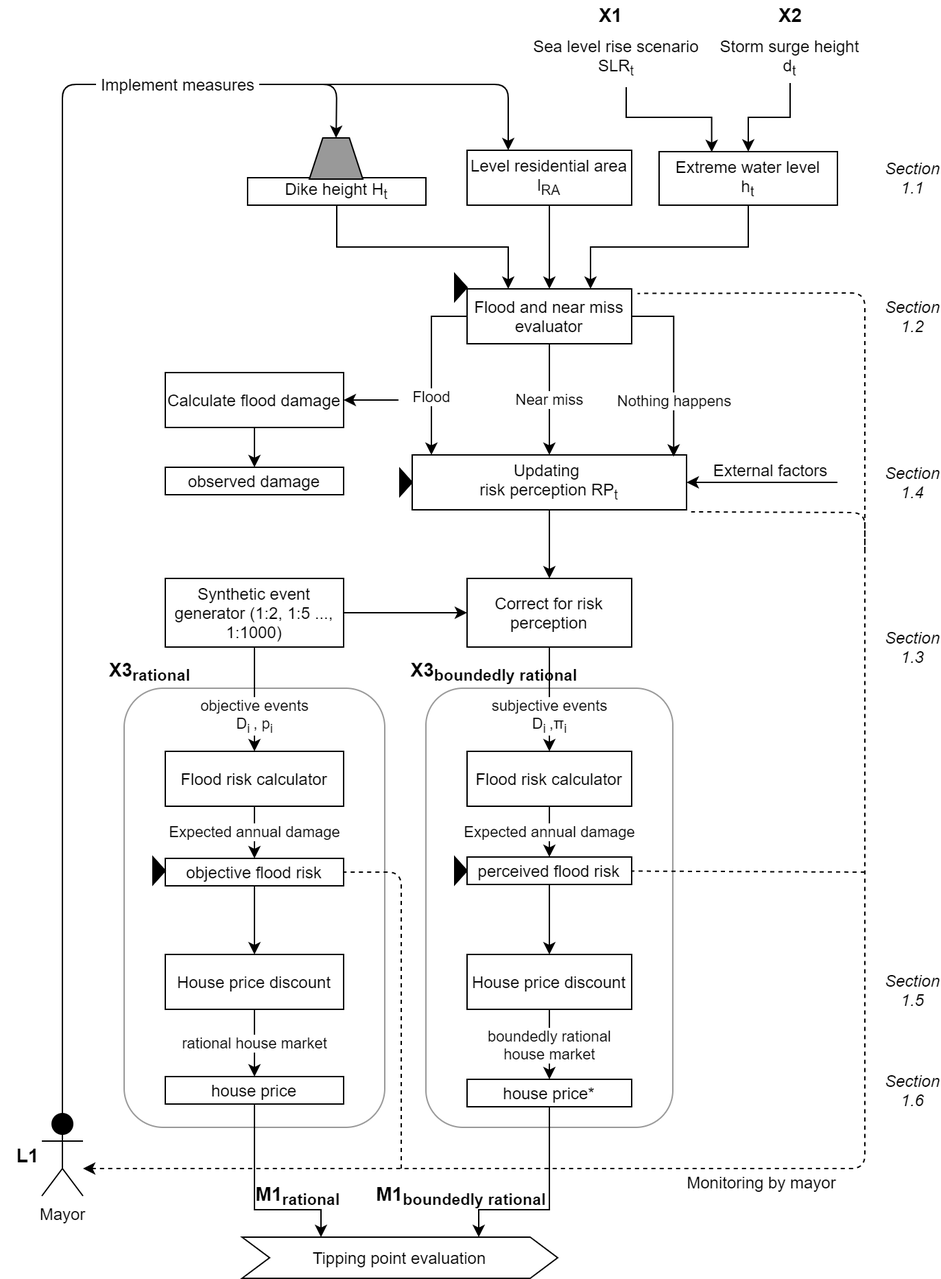
Before: Drawings/Mechanisms.dio.png, a diagram exported from draw.io (keesvanginkel/Urban-SETP). Source tidied: cells renumbered, new cells last; positions are measured from the earlier drawing's top-left corner, leaving out a move shared by most shapes.
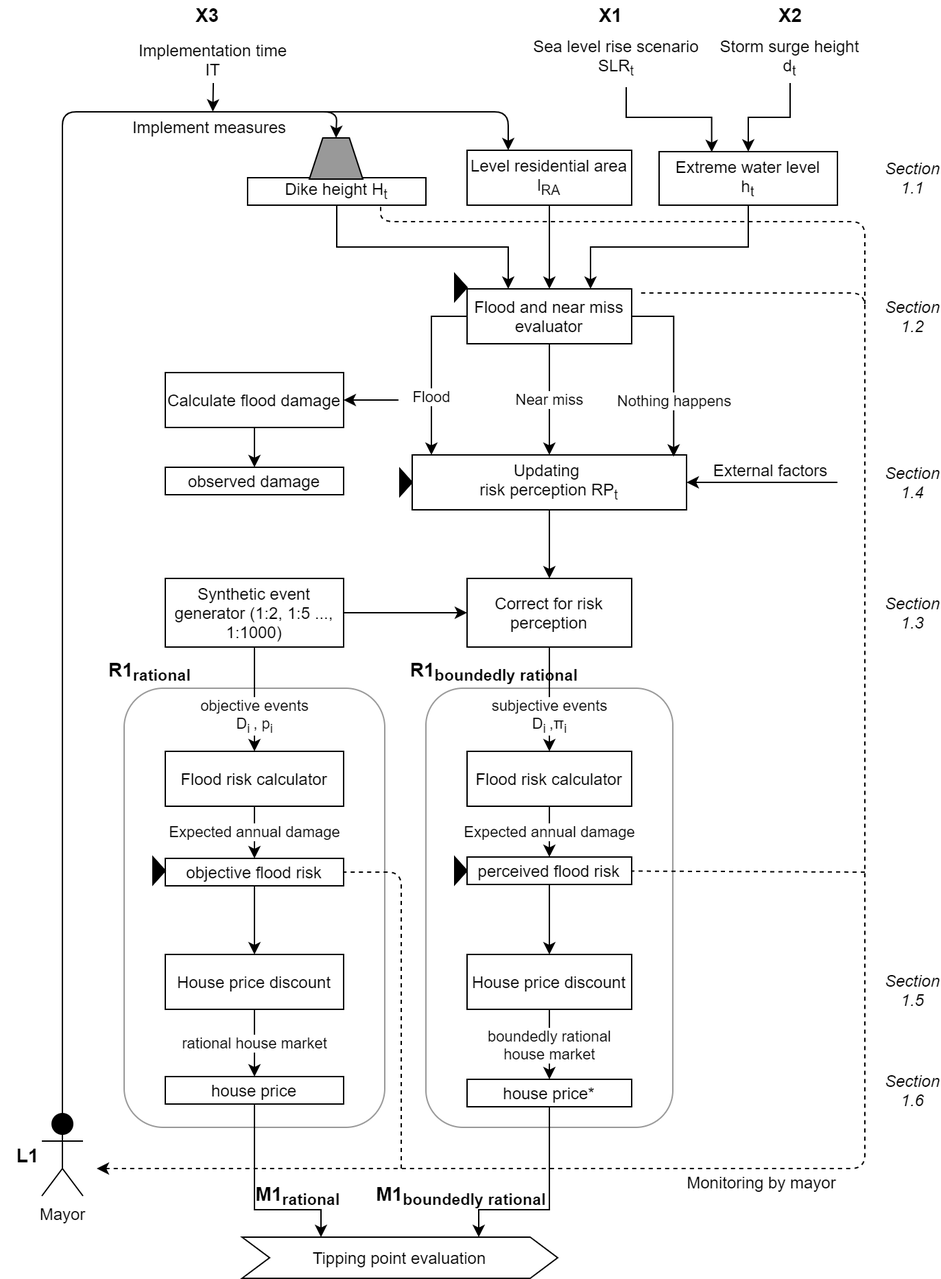
The same file after the commit.

Commit message:
improved figures

Diff of the diagram source:
```diff
@@ -156,7 +156,7 @@
       <mxGeometry x="340" y="547" width="120" height="40" as="geometry" />
     </mxCell>
     <mxCell id="45" value="&lt;i&gt;Section 1.3&lt;/i&gt;" style="text;html=1;strokeColor=none;fillColor=none;align=center;verticalAlign=middle;whiteSpace=wrap;rounded=0;" parent="1" vertex="1">
-      <mxGeometry x="645" y="461" width="40" height="20" as="geometry" />
+      <mxGeometry x="645" y="436" width="40" height="20" as="geometry" />
     </mxCell>
     <mxCell id="46" value="rational house market" style="edgeStyle=orthogonalEdgeStyle;rounded=0;html=1;exitX=0.5;exitY=1;entryX=0.5;entryY=0;jettySize=auto;" parent="1" edge="1" source="47" target="51">
       <mxGeometry relative="1" as="geometry" />
@@ -198,37 +198,27 @@
     <mxCell id="55" style="endArrow=classic;html=1;exitX=0.5;exitY=0;exitPerimeter=0;entryX=0.5;entryY=0;" parent="1" edge="1" source="54" target="11">
       <mxGeometry relative="1" as="geometry">
         <Array as="points">
-          <mxPoint x="45" y="61" />
-          <mxPoint x="245" y="61" />
+          <mxPoint x="45" y="81" />
+          <mxPoint x="245" y="81" />
         </Array>
       </mxGeometry>
     </mxCell>
     <mxCell id="56" value="&amp;nbsp;Implement measures&amp;nbsp;" style="text;html=1;align=center;verticalAlign=middle;labelBackgroundColor=#ffffff;" parent="55" vertex="1">
       <mxGeometry x="0.51" y="-83" relative="1" as="geometry">
-        <mxPoint y="-4" as="offset" />
+        <mxPoint x="23" y="-3" as="offset" />
       </mxGeometry>
     </mxCell>
     <mxCell id="57" style="endArrow=classic;html=1;entryX=0.25;entryY=0;" parent="1" edge="1" target="24">
       <mxGeometry relative="1" as="geometry">
-        <mxPoint x="210" y="61" as="sourcePoint" />
+        <mxPoint x="210" y="81" as="sourcePoint" />
         <Array as="points">
-          <mxPoint x="370" y="61" />
+          <mxPoint x="370" y="81" />
         </Array>
       </mxGeometry>
     </mxCell>
     <mxCell id="58" value="&lt;i&gt;Section 1.5&lt;/i&gt;" style="text;html=1;strokeColor=none;fillColor=none;align=center;verticalAlign=middle;whiteSpace=wrap;rounded=0;" parent="1" vertex="1">
       <mxGeometry x="645" y="711" width="40" height="20" as="geometry" />
     </mxCell>
-    <mxCell id="59" style="endArrow=none;dashed=1;html=1;entryX=1.017;entryY=1.037;startArrow=classic;startFill=1;entryPerimeter=0;" parent="1" edge="1" target="31">
-      <mxGeometry relative="1" as="geometry">
-        <mxPoint x="60" y="851" as="sourcePoint" />
-        <Array as="points">
-          <mxPoint x="630" y="851" />
-          <mxPoint x="630" y="401" />
-          <mxPoint x="630" y="373" />
-        </Array>
-      </mxGeometry>
-    </mxCell>
     <mxCell id="60" style="endArrow=none;dashed=1;html=1;" parent="1" edge="1">
       <mxGeometry relative="1" as="geometry">
         <mxPoint x="292" y="851" as="sourcePoint" />
@@ -253,18 +243,20 @@
     <mxCell id="65" value="&lt;i&gt;Section 1.6&lt;/i&gt;" style="text;html=1;strokeColor=none;fillColor=none;align=center;verticalAlign=middle;whiteSpace=wrap;rounded=0;" parent="1" vertex="1">
       <mxGeometry x="645" y="784" width="40" height="20" as="geometry" />
     </mxCell>
-    <mxCell id="66" style="endArrow=none;dashed=1;html=1;entryX=1.035;entryY=0.083;entryPerimeter=0;" parent="1" edge="1" target="8">
+    <mxCell id="66" style="endArrow=none;dashed=1;html=1;startArrow=classic;startFill=1;" parent="1" edge="1">
       <mxGeometry relative="1" as="geometry">
-        <mxPoint x="630" y="401" as="sourcePoint" />
+        <mxPoint x="70" y="851" as="sourcePoint" />
+        <mxPoint x="464" y="213" as="targetPoint" />
         <Array as="points">
+          <mxPoint x="630" y="851" />
           <mxPoint x="630" y="213" />
         </Array>
       </mxGeometry>
     </mxCell>
-    <mxCell id="67" value="&lt;b&gt;&lt;font style=&quot;font-size: 14px&quot;&gt;X3&lt;sub&gt;rational&lt;/sub&gt;&lt;/font&gt;&lt;/b&gt;" style="text;html=1;strokeColor=none;fillColor=none;align=center;verticalAlign=middle;whiteSpace=wrap;rounded=0;" parent="1" vertex="1">
+    <mxCell id="67" value="&lt;b&gt;&lt;font style=&quot;font-size: 14px&quot;&gt;R1&lt;sub&gt;rational&lt;/sub&gt;&lt;/font&gt;&lt;/b&gt;" style="text;html=1;strokeColor=none;fillColor=none;align=center;verticalAlign=middle;whiteSpace=wrap;rounded=0;" parent="1" vertex="1">
       <mxGeometry x="89" y="478" width="40" height="20" as="geometry" />
     </mxCell>
-    <mxCell id="68" value="&lt;b&gt;&lt;font style=&quot;font-size: 14px&quot;&gt;X3&lt;sub&gt;boundedly rational&lt;/sub&gt;&lt;/font&gt;&lt;/b&gt;" style="text;html=1;strokeColor=none;fillColor=none;align=center;verticalAlign=middle;whiteSpace=wrap;rounded=0;" parent="1" vertex="1">
+    <mxCell id="68" value="&lt;b&gt;&lt;font style=&quot;font-size: 14px&quot;&gt;R1&lt;sub&gt;boundedly rational&lt;/sub&gt;&lt;/font&gt;&lt;/b&gt;" style="text;html=1;strokeColor=none;fillColor=none;align=center;verticalAlign=middle;whiteSpace=wrap;rounded=0;" parent="1" vertex="1">
       <mxGeometry x="285" y="478" width="150" height="20" as="geometry" />
     </mxCell>
     <mxCell id="69" style="triangle;whiteSpace=wrap;html=1;strokeColor=#000000;fillColor=#000000;fontSize=12;fontColor=#FF0000;" parent="1" vertex="1">
@@ -290,5 +282,26 @@
     <mxCell id="75" value="&lt;b&gt;&lt;font style=&quot;font-size: 14px&quot;&gt;M1&lt;sub&gt;boundedly rational&lt;/sub&gt;&lt;/font&gt;&lt;/b&gt;" style="text;html=1;strokeColor=none;fillColor=none;align=center;verticalAlign=middle;whiteSpace=wrap;rounded=0;" parent="1" vertex="1">
       <mxGeometry x="261" y="865" width="150" height="10" as="geometry" />
     </mxCell>
+    <mxCell id="76" style="edgeStyle=orthogonalEdgeStyle;rounded=0;html=1;exitX=0.5;exitY=1;jettySize=auto;" parent="1" edge="1" source="77">
+      <mxGeometry relative="1" as="geometry">
+        <mxPoint x="154.7" y="80.8" as="targetPoint" />
+      </mxGeometry>
+    </mxCell>
+    <mxCell id="77" value="Implementation time&lt;br&gt;IT" style="text;html=1;strokeColor=none;fillColor=none;align=center;verticalAlign=bottom;whiteSpace=wrap;rounded=0;" parent="1" vertex="1">
+      <mxGeometry x="86" y="20" width="138" height="40" as="geometry" />
+    </mxCell>
+    <mxCell id="78" value="&lt;b&gt;&lt;font style=&quot;font-size: 14px&quot;&gt;X3&lt;/font&gt;&lt;/b&gt;" style="text;html=1;strokeColor=none;fillColor=none;align=center;verticalAlign=middle;whiteSpace=wrap;rounded=0;" parent="1" vertex="1">
+      <mxGeometry x="131" width="40" height="20" as="geometry" />
+    </mxCell>
+    <mxCell id="79" style="endArrow=none;dashed=1;html=1;" parent="1" edge="1">
+      <mxGeometry relative="1" as="geometry">
+        <mxPoint x="630" y="221" as="sourcePoint" />
+        <mxPoint x="277" y="149" as="targetPoint" />
+        <Array as="points">
+          <mxPoint x="630" y="161" />
+          <mxPoint x="277" y="161" />
+        </Array>
+      </mxGeometry>
+    </mxCell>
   </root>
 </mxGraphModel>
```
